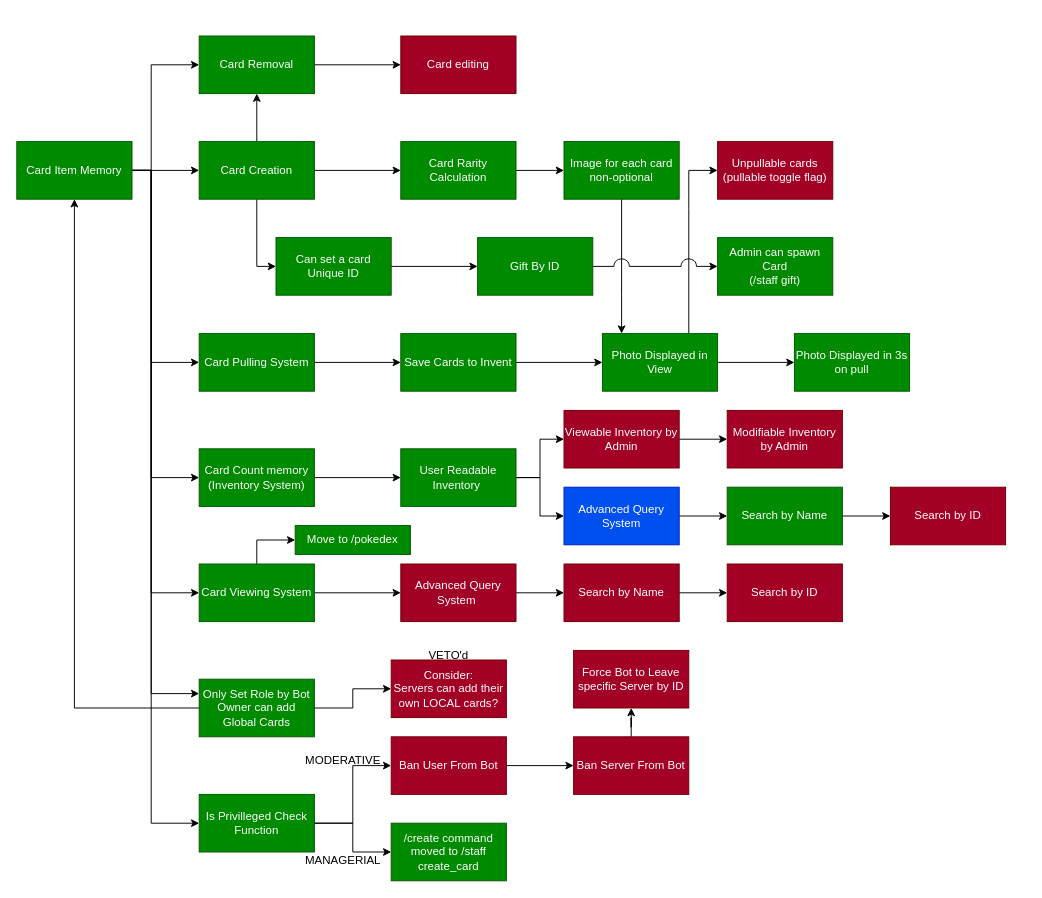
Before: roadmap.drawio in Ames-hub/fuma-gacha-bot, a draw.io diagram. Source tidied: cells renumbered, new cells numbered last; positions are measured from the earlier drawing's top-left corner, leaving out a move shared by most shapes. Both pictures are drawn from the tidied source at 96%, with x=0, y=0 at pixel (16, 36).
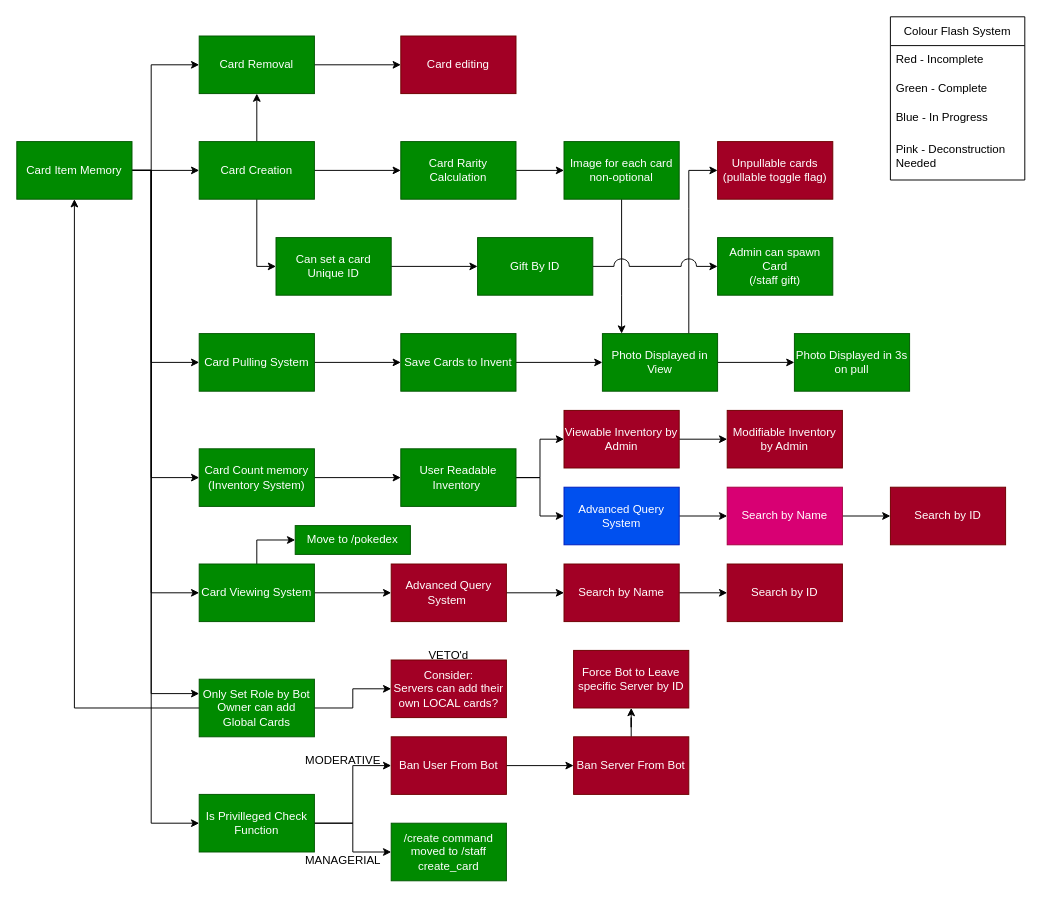
The same diagram, later.

What changed in the source:
```diff
@@
     <mxCell id="27" value="Advanced Query System&amp;nbsp;" style="rounded=0;whiteSpace=wrap;html=1;fillColor=#a20025;fontColor=#ffffff;strokeColor=#6F0000;" parent="1" vertex="1">
-      <mxGeometry x="400" y="550" width="120" height="60" as="geometry" />
+      <mxGeometry x="390" y="550" width="120" height="60" as="geometry" />
     </mxCell>
@@
-    <mxCell id="56" value="Search by Name" style="whiteSpace=wrap;html=1;rounded=0;fillColor=#008a00;fontColor=#ffffff;strokeColor=#005700;" parent="1" vertex="1">
+    <mxCell id="56" value="Search by Name" style="whiteSpace=wrap;html=1;rounded=0;fillColor=#d80073;fontColor=#ffffff;strokeColor=#A50040;" parent="1" vertex="1">
       <mxGeometry x="740" y="470" width="120" height="60" as="geometry" />
     </mxCell>
@@
+    <mxCell id="75" value="Colour Flash System" style="swimlane;fontStyle=0;horizontal=1;startSize=30;whiteSpace=wrap;html=1;gradientColor=none;rounded=0;shadow=0;glass=0;" parent="1" vertex="1">
+      <mxGeometry x="910" y="-20" width="140" height="170" as="geometry" />
+    </mxCell>
+    <mxCell id="76" value="Red - Incomplete" style="text;strokeColor=none;fillColor=none;align=left;verticalAlign=middle;spacingLeft=4;spacingRight=4;overflow=hidden;whiteSpace=wrap;html=1;" parent="75" vertex="1">
+      <mxGeometry y="30" width="140" height="30" as="geometry" />
+    </mxCell>
+    <mxCell id="77" value="Green - Complete" style="text;strokeColor=none;fillColor=none;align=left;verticalAlign=middle;spacingLeft=4;spacingRight=4;overflow=hidden;whiteSpace=wrap;html=1;" parent="75" vertex="1">
+      <mxGeometry y="60" width="140" height="30" as="geometry" />
+    </mxCell>
+    <mxCell id="78" value="Blue - In Progress" style="text;strokeColor=none;fillColor=none;align=left;verticalAlign=middle;spacingLeft=4;spacingRight=4;overflow=hidden;whiteSpace=wrap;html=1;" parent="75" vertex="1">
+      <mxGeometry y="90" width="140" height="30" as="geometry" />
+    </mxCell>
+    <mxCell id="79" value="Pink - Deconstruction Needed" style="text;strokeColor=none;fillColor=none;align=left;verticalAlign=middle;spacingLeft=4;spacingRight=4;overflow=hidden;whiteSpace=wrap;html=1;" parent="75" vertex="1">
+      <mxGeometry y="120" width="140" height="50" as="geometry" />
+    </mxCell>
```
